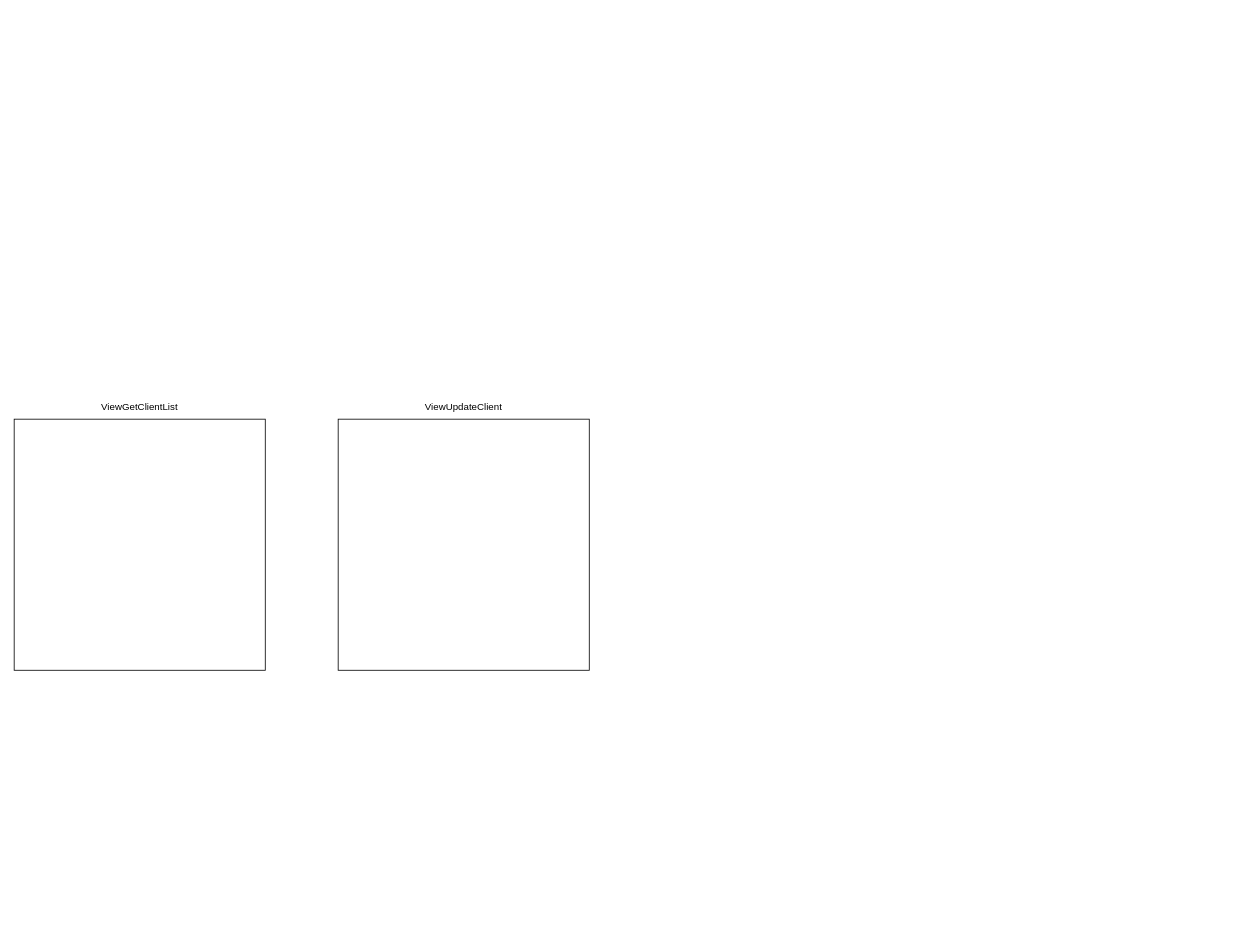
The draw.io diagram Diagrama.drawio in r7melo/TestePraticoDesevolvimento, before the edit. Source tidied: cells renumbered, new cells numbered last; positions are measured from the earlier drawing's top-left corner, leaving out a move shared by most shapes. Both pictures are drawn from the tidied source at 81%, with x=0, y=0 at pixel (14, 394).
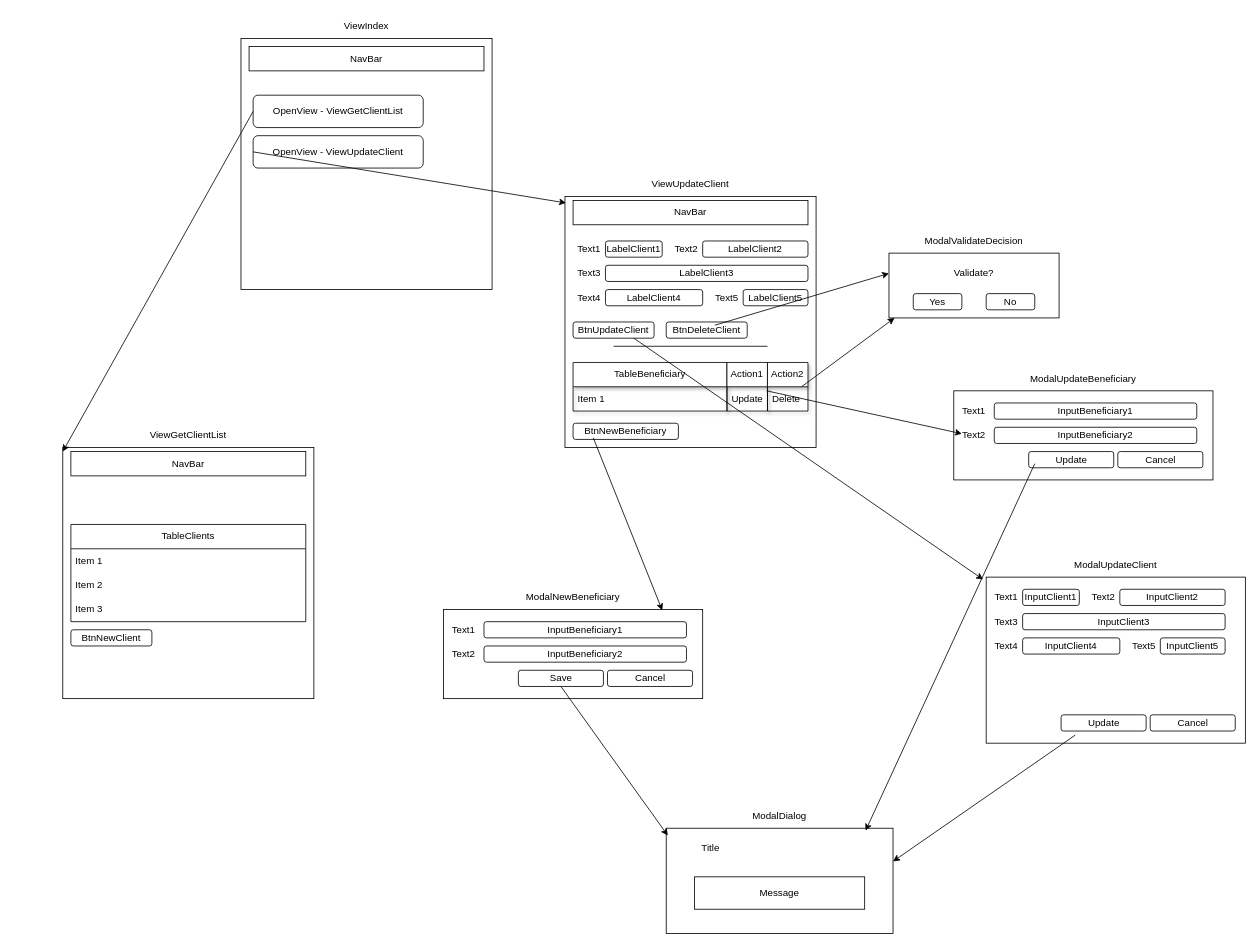
After the change.

Commit message:
Criação do diagrama de um modelo de projeto para base e refatoração

Diff of the diagram source:
```diff
@@
+    <mxCell id="6" style="group;labelBackgroundColor=none;" parent="1" vertex="1">
+      <mxGeometry x="280" y="-470" width="310" height="340" as="geometry" />
+    </mxCell>
+    <mxCell id="7" style="whiteSpace=wrap;html=1;labelBackgroundColor=none;" parent="6" vertex="1">
+      <mxGeometry y="30" width="310" height="310" as="geometry" />
+    </mxCell>
+    <mxCell id="8" value="NavBar" style="rounded=0;whiteSpace=wrap;html=1;labelBackgroundColor=none;" parent="6" vertex="1">
+      <mxGeometry x="10" y="40" width="290" height="30" as="geometry" />
+    </mxCell>
+    <mxCell id="9" value="ViewIndex" style="text;html=1;align=center;verticalAlign=middle;whiteSpace=wrap;rounded=0;labelBackgroundColor=none;" parent="6" vertex="1">
+      <mxGeometry x="125" width="60" height="30" as="geometry" />
+    </mxCell>
+    <mxCell id="10" value="OpenView - ViewGetClientList" style="rounded=1;whiteSpace=wrap;html=1;labelBackgroundColor=none;" parent="6" vertex="1">
+      <mxGeometry x="15" y="100" width="210" height="40" as="geometry" />
+    </mxCell>
+    <mxCell id="11" value="OpenView - ViewUpdateClient" style="rounded=1;whiteSpace=wrap;html=1;labelBackgroundColor=none;" parent="6" vertex="1">
+      <mxGeometry x="15" y="150" width="210" height="40" as="geometry" />
+    </mxCell>
+    <mxCell id="12" style="group;labelBackgroundColor=none;" parent="1" vertex="1">
+      <mxGeometry x="60" y="35" width="310" height="340" as="geometry" />
+    </mxCell>
-    <mxCell id="2" style="whiteSpace=wrap;html=1;" parent="1" vertex="1">
+    <mxCell id="2" style="whiteSpace=wrap;html=1;labelBackgroundColor=none;" parent="12" vertex="1">
       <mxGeometry y="30" width="310" height="310" as="geometry" />
     </mxCell>
+    <mxCell id="4" value="ViewGetClientList" style="text;html=1;align=center;verticalAlign=middle;whiteSpace=wrap;rounded=0;labelBackgroundColor=none;" parent="12" vertex="1">
+      <mxGeometry x="125" width="60" height="30" as="geometry" />
+    </mxCell>
+    <mxCell id="13" value="TableClients" style="swimlane;fontStyle=0;horizontal=1;startSize=30;whiteSpace=wrap;html=1;labelBackgroundColor=none;" parent="12" vertex="1">
+      <mxGeometry x="10" y="125" width="290" height="120" as="geometry" />
+    </mxCell>
+    <mxCell id="14" value="Item 1" style="text;strokeColor=none;fillColor=none;align=left;verticalAlign=middle;spacingLeft=4;spacingRight=4;overflow=hidden;whiteSpace=wrap;html=1;labelBackgroundColor=none;" parent="13" vertex="1">
+      <mxGeometry y="30" width="290" height="30" as="geometry" />
+    </mxCell>
+    <mxCell id="15" value="Item 2" style="text;strokeColor=none;fillColor=none;align=left;verticalAlign=middle;spacingLeft=4;spacingRight=4;overflow=hidden;whiteSpace=wrap;html=1;labelBackgroundColor=none;" parent="13" vertex="1">
+      <mxGeometry y="60" width="290" height="30" as="geometry" />
+    </mxCell>
+    <mxCell id="16" value="Item 3" style="text;strokeColor=none;fillColor=none;align=left;verticalAlign=middle;spacingLeft=4;spacingRight=4;overflow=hidden;whiteSpace=wrap;html=1;labelBackgroundColor=none;" parent="13" vertex="1">
+      <mxGeometry y="90" width="290" height="30" as="geometry" />
+    </mxCell>
+    <mxCell id="17" value="BtnNewClient" style="rounded=1;whiteSpace=wrap;html=1;labelBackgroundColor=none;" parent="12" vertex="1">
+      <mxGeometry x="10" y="255" width="100" height="20" as="geometry" />
+    </mxCell>
+    <mxCell id="18" value="NavBar" style="rounded=0;whiteSpace=wrap;html=1;labelBackgroundColor=none;" parent="12" vertex="1">
+      <mxGeometry x="10" y="35" width="290" height="30" as="geometry" />
+    </mxCell>
+    <mxCell id="19" style="endArrow=classic;html=1;rounded=0;exitX=0;exitY=0.5;exitDx=0;exitDy=0;labelBackgroundColor=none;fontColor=default;" parent="12" edge="1" source="10">
+      <mxGeometry relative="1" as="geometry">
+        <mxPoint y="35" as="targetPoint" />
+      </mxGeometry>
+    </mxCell>
+    <mxCell id="20" style="group;glass=1;labelBackgroundColor=none;" parent="1" vertex="1">
+      <mxGeometry x="1200" y="195" width="320" height="235" as="geometry" />
+    </mxCell>
+    <mxCell id="21" style="rounded=0;whiteSpace=wrap;html=1;labelBackgroundColor=none;" parent="20" vertex="1">
+      <mxGeometry y="30" width="320" height="205" as="geometry" />
+    </mxCell>
+    <mxCell id="22" value="InputClient1" style="rounded=1;whiteSpace=wrap;html=1;labelBackgroundColor=none;" parent="20" vertex="1">
+      <mxGeometry x="45" y="45" width="70" height="20" as="geometry" />
+    </mxCell>
+    <mxCell id="23" value="InputClient2" style="rounded=1;whiteSpace=wrap;html=1;labelBackgroundColor=none;" parent="20" vertex="1">
+      <mxGeometry x="165" y="45" width="130" height="20" as="geometry" />
+    </mxCell>
+    <mxCell id="24" value="InputClient3" style="rounded=1;whiteSpace=wrap;html=1;labelBackgroundColor=none;" parent="20" vertex="1">
+      <mxGeometry x="45" y="75" width="250" height="20" as="geometry" />
+    </mxCell>
+    <mxCell id="25" value="InputClient4" style="rounded=1;whiteSpace=wrap;html=1;labelBackgroundColor=none;" parent="20" vertex="1">
+      <mxGeometry x="45" y="105" width="120" height="20" as="geometry" />
+    </mxCell>
+    <mxCell id="26" value="InputClient5" style="rounded=1;whiteSpace=wrap;html=1;labelBackgroundColor=none;" parent="20" vertex="1">
+      <mxGeometry x="215" y="105" width="80" height="20" as="geometry" />
+    </mxCell>
+    <mxCell id="27" value="Text1" style="text;html=1;align=center;verticalAlign=middle;whiteSpace=wrap;rounded=0;labelBackgroundColor=none;" parent="20" vertex="1">
+      <mxGeometry x="5" y="45" width="40" height="20" as="geometry" />
+    </mxCell>
+    <mxCell id="28" value="Text2" style="text;html=1;align=center;verticalAlign=middle;whiteSpace=wrap;rounded=0;labelBackgroundColor=none;" parent="20" vertex="1">
+      <mxGeometry x="125" y="45" width="40" height="20" as="geometry" />
+    </mxCell>
+    <mxCell id="29" value="Text3" style="text;html=1;align=center;verticalAlign=middle;whiteSpace=wrap;rounded=0;labelBackgroundColor=none;" parent="20" vertex="1">
+      <mxGeometry x="5" y="75" width="40" height="20" as="geometry" />
+    </mxCell>
+    <mxCell id="30" value="Text4" style="text;html=1;align=center;verticalAlign=middle;whiteSpace=wrap;rounded=0;labelBackgroundColor=none;" parent="20" vertex="1">
+      <mxGeometry x="5" y="105" width="40" height="20" as="geometry" />
+    </mxCell>
+    <mxCell id="31" value="Text5" style="text;html=1;align=center;verticalAlign=middle;whiteSpace=wrap;rounded=0;labelBackgroundColor=none;" parent="20" vertex="1">
+      <mxGeometry x="175" y="105" width="40" height="20" as="geometry" />
+    </mxCell>
+    <mxCell id="32" value="ModalUpdateClient" style="text;html=1;align=center;verticalAlign=middle;whiteSpace=wrap;rounded=0;labelBackgroundColor=none;" parent="20" vertex="1">
+      <mxGeometry x="130" width="60" height="30" as="geometry" />
+    </mxCell>
+    <mxCell id="33" value="Update" style="rounded=1;whiteSpace=wrap;html=1;" parent="20" vertex="1">
+      <mxGeometry x="92.5" y="200" width="105" height="20" as="geometry" />
+    </mxCell>
+    <mxCell id="34" value="Cancel" style="rounded=1;whiteSpace=wrap;html=1;" parent="20" vertex="1">
+      <mxGeometry x="202.5" y="200" width="105" height="20" as="geometry" />
+    </mxCell>
+    <mxCell id="35" style="endArrow=classic;html=1;rounded=0;exitX=0;exitY=0.5;exitDx=0;exitDy=0;entryX=0.004;entryY=0.026;entryDx=0;entryDy=0;entryPerimeter=0;labelBackgroundColor=none;fontColor=default;" parent="1" edge="1" source="11" target="3">
+      <mxGeometry relative="1" as="geometry" />
+    </mxCell>
+    <mxCell id="36" style="group;labelBackgroundColor=none;" parent="1" vertex="1">
+      <mxGeometry x="1080" y="-205" width="210" height="110" as="geometry" />
+    </mxCell>
+    <mxCell id="37" style="rounded=0;whiteSpace=wrap;html=1;labelBackgroundColor=none;" parent="36" vertex="1">
+      <mxGeometry y="30" width="210" height="80" as="geometry" />
+    </mxCell>
+    <mxCell id="38" value="ModalValidateDecision" style="text;html=1;align=center;verticalAlign=middle;whiteSpace=wrap;rounded=0;labelBackgroundColor=none;" parent="36" vertex="1">
+      <mxGeometry x="75" width="60" height="30" as="geometry" />
+    </mxCell>
+    <mxCell id="39" value="Validate?" style="text;html=1;align=center;verticalAlign=middle;whiteSpace=wrap;rounded=0;labelBackgroundColor=none;" parent="36" vertex="1">
+      <mxGeometry x="75" y="40" width="60" height="30" as="geometry" />
+    </mxCell>
+    <mxCell id="40" value="Yes" style="rounded=1;whiteSpace=wrap;html=1;labelBackgroundColor=none;" parent="36" vertex="1">
+      <mxGeometry x="30" y="80" width="60" height="20" as="geometry" />
+    </mxCell>
+    <mxCell id="41" value="No" style="rounded=1;whiteSpace=wrap;html=1;labelBackgroundColor=none;" parent="36" vertex="1">
+      <mxGeometry x="120" y="80" width="60" height="20" as="geometry" />
+    </mxCell>
+    <mxCell id="42" style="group;" parent="1" vertex="1">
+      <mxGeometry x="680" y="-275" width="310" height="340" as="geometry" />
+    </mxCell>
-    <mxCell id="3" style="whiteSpace=wrap;html=1;" parent="1" vertex="1">
-      <mxGeometry x="400" y="30" width="310" height="310" as="geometry" />
+    <mxCell id="3" style="whiteSpace=wrap;html=1;labelBackgroundColor=none;" parent="42" vertex="1">
+      <mxGeometry y="30" width="310" height="310" as="geometry" />
     </mxCell>
-    <mxCell id="4" value="ViewGetClientList" style="text;html=1;align=center;verticalAlign=middle;whiteSpace=wrap;rounded=0;" parent="1" vertex="1">
-      <mxGeometry x="125" width="60" height="30" as="geometry" />
-    </mxCell>
-    <mxCell id="5" value="ViewUpdateClient" style="text;html=1;align=center;verticalAlign=middle;whiteSpace=wrap;rounded=0;" parent="1" vertex="1">
-      <mxGeometry x="525" width="60" height="30" as="geometry" />
+    <mxCell id="5" value="ViewUpdateClient" style="text;html=1;align=center;verticalAlign=middle;whiteSpace=wrap;rounded=0;labelBackgroundColor=none;" parent="42" vertex="1">
+      <mxGeometry x="125" width="60" height="30" as="geometry" />
     </mxCell>
+    <mxCell id="43" value="NavBar" style="rounded=0;whiteSpace=wrap;html=1;labelBackgroundColor=none;" parent="42" vertex="1">
+      <mxGeometry x="10" y="35" width="290" height="30" as="geometry" />
+    </mxCell>
+    <mxCell id="44" value="LabelClient1" style="rounded=1;whiteSpace=wrap;html=1;labelBackgroundColor=none;" parent="42" vertex="1">
+      <mxGeometry x="50" y="85" width="70" height="20" as="geometry" />
+    </mxCell>
+    <mxCell id="45" value="LabelClient2" style="rounded=1;whiteSpace=wrap;html=1;labelBackgroundColor=none;" parent="42" vertex="1">
+      <mxGeometry x="170" y="85" width="130" height="20" as="geometry" />
+    </mxCell>
+    <mxCell id="46" value="LabelClient3" style="rounded=1;whiteSpace=wrap;html=1;labelBackgroundColor=none;" parent="42" vertex="1">
+      <mxGeometry x="50" y="115" width="250" height="20" as="geometry" />
+    </mxCell>
+    <mxCell id="47" value="LabelClient4" style="rounded=1;whiteSpace=wrap;html=1;labelBackgroundColor=none;" parent="42" vertex="1">
+      <mxGeometry x="50" y="145" width="120" height="20" as="geometry" />
+    </mxCell>
+    <mxCell id="48" value="TableBeneficiary" style="swimlane;fontStyle=0;horizontal=1;startSize=30;whiteSpace=wrap;html=1;shadow=1;labelBackgroundColor=none;" parent="42" vertex="1">
+      <mxGeometry x="10" y="235" width="190" height="60" as="geometry" />
+    </mxCell>
+    <mxCell id="49" value="Item 1" style="text;strokeColor=none;fillColor=none;align=left;verticalAlign=middle;spacingLeft=4;spacingRight=4;overflow=hidden;whiteSpace=wrap;html=1;shadow=1;labelBackgroundColor=none;" parent="48" vertex="1">
+      <mxGeometry y="30" width="190" height="30" as="geometry" />
+    </mxCell>
+    <mxCell id="50" value="Text1" style="text;html=1;align=center;verticalAlign=middle;whiteSpace=wrap;rounded=0;labelBackgroundColor=none;" parent="42" vertex="1">
+      <mxGeometry x="10" y="85" width="40" height="20" as="geometry" />
+    </mxCell>
+    <mxCell id="51" value="Text2" style="text;html=1;align=center;verticalAlign=middle;whiteSpace=wrap;rounded=0;labelBackgroundColor=none;" parent="42" vertex="1">
+      <mxGeometry x="130" y="85" width="40" height="20" as="geometry" />
+    </mxCell>
+    <mxCell id="52" value="Text3" style="text;html=1;align=center;verticalAlign=middle;whiteSpace=wrap;rounded=0;labelBackgroundColor=none;" parent="42" vertex="1">
+      <mxGeometry x="10" y="115" width="40" height="20" as="geometry" />
+    </mxCell>
+    <mxCell id="53" value="Text4" style="text;html=1;align=center;verticalAlign=middle;whiteSpace=wrap;rounded=0;labelBackgroundColor=none;" parent="42" vertex="1">
+      <mxGeometry x="10" y="145" width="40" height="20" as="geometry" />
+    </mxCell>
+    <mxCell id="54" value="Text5" style="text;html=1;align=center;verticalAlign=middle;whiteSpace=wrap;rounded=0;labelBackgroundColor=none;" parent="42" vertex="1">
+      <mxGeometry x="180" y="145" width="40" height="20" as="geometry" />
+    </mxCell>
+    <mxCell id="55" value="Action1" style="swimlane;fontStyle=0;horizontal=1;startSize=30;whiteSpace=wrap;html=1;shadow=1;labelBackgroundColor=none;" parent="42" vertex="1">
+      <mxGeometry x="200" y="235" width="50" height="60" as="geometry" />
+    </mxCell>
+    <mxCell id="56" value="Update" style="text;strokeColor=none;fillColor=none;align=left;verticalAlign=middle;spacingLeft=4;spacingRight=4;overflow=hidden;points=[[0,0.5],[1,0.5]];portConstraint=eastwest;whiteSpace=wrap;html=1;shadow=1;labelBackgroundColor=none;" parent="55" vertex="1">
+      <mxGeometry y="30" width="50" height="30" as="geometry" />
+    </mxCell>
+    <mxCell id="57" style="endArrow=none;html=1;rounded=0;labelBackgroundColor=none;fontColor=default;" parent="42" edge="1">
+      <mxGeometry relative="1" as="geometry">
+        <mxPoint x="60" y="215" as="sourcePoint" />
+        <mxPoint x="250" y="215" as="targetPoint" />
+      </mxGeometry>
+    </mxCell>
+    <mxCell id="58" value="BtnUpdateClient" style="rounded=1;whiteSpace=wrap;html=1;labelBackgroundColor=none;" parent="42" vertex="1">
+      <mxGeometry x="10" y="185" width="100" height="20" as="geometry" />
+    </mxCell>
+    <mxCell id="59" value="BtnDeleteClient" style="rounded=1;whiteSpace=wrap;html=1;labelBackgroundColor=none;" parent="42" vertex="1">
+      <mxGeometry x="125" y="185" width="100" height="20" as="geometry" />
+    </mxCell>
+    <mxCell id="60" value="Action2" style="swimlane;fontStyle=0;horizontal=1;startSize=30;whiteSpace=wrap;html=1;shadow=1;labelBackgroundColor=none;" parent="42" vertex="1">
+      <mxGeometry x="250" y="235" width="50" height="60" as="geometry" />
+    </mxCell>
+    <mxCell id="61" value="Delete" style="text;strokeColor=none;fillColor=none;align=left;verticalAlign=middle;spacingLeft=4;spacingRight=4;overflow=hidden;points=[[0,0.5],[1,0.5]];portConstraint=eastwest;whiteSpace=wrap;html=1;shadow=1;labelBackgroundColor=none;" parent="60" vertex="1">
+      <mxGeometry y="30" width="50" height="30" as="geometry" />
+    </mxCell>
+    <mxCell id="62" value="LabelClient5" style="rounded=1;whiteSpace=wrap;html=1;labelBackgroundColor=none;" parent="42" vertex="1">
+      <mxGeometry x="220" y="145" width="80" height="20" as="geometry" />
+    </mxCell>
+    <mxCell id="63" value="BtnNewBeneficiary" style="rounded=1;whiteSpace=wrap;html=1;labelBackgroundColor=none;" parent="42" vertex="1">
+      <mxGeometry x="10" y="310" width="130" height="20" as="geometry" />
+    </mxCell>
+    <mxCell id="64" style="endArrow=classic;html=1;rounded=0;entryX=-0.012;entryY=0.14;entryDx=0;entryDy=0;entryPerimeter=0;exitX=0.75;exitY=1;exitDx=0;exitDy=0;" parent="1" edge="1" source="58" target="20">
+      <mxGeometry relative="1" as="geometry" />
+    </mxCell>
+    <mxCell id="65" style="endArrow=classic;html=1;rounded=0;entryX=0;entryY=0.5;entryDx=0;entryDy=0;labelBackgroundColor=none;fontColor=default;exitX=0.6;exitY=0.2;exitDx=0;exitDy=0;exitPerimeter=0;" parent="1" edge="1" source="59" target="36">
+      <mxGeometry relative="1" as="geometry" />
+    </mxCell>
+    <mxCell id="66" style="group;glass=1;labelBackgroundColor=none;" parent="1" vertex="1">
+      <mxGeometry x="530" y="235" width="320" height="235" as="geometry" />
+    </mxCell>
+    <mxCell id="67" style="edgeStyle=orthogonalEdgeStyle;rounded=0;orthogonalLoop=1;jettySize=auto;html=1;" parent="66" edge="1">
+      <mxGeometry relative="1" as="geometry">
+        <mxPoint x="165" y="115" as="targetPoint" />
+      </mxGeometry>
+    </mxCell>
+    <mxCell id="68" style="group;" parent="66" vertex="1">
+      <mxGeometry width="320" height="140" as="geometry" />
+    </mxCell>
+    <mxCell id="69" style="rounded=0;whiteSpace=wrap;html=1;labelBackgroundColor=none;" parent="68" vertex="1">
+      <mxGeometry y="30" width="320" height="110" as="geometry" />
+    </mxCell>
+    <mxCell id="70" value="InputBeneficiary1" style="rounded=1;whiteSpace=wrap;html=1;labelBackgroundColor=none;" parent="68" vertex="1">
+      <mxGeometry x="50" y="45" width="250" height="20" as="geometry" />
+    </mxCell>
+    <mxCell id="71" value="InputBeneficiary2" style="rounded=1;whiteSpace=wrap;html=1;labelBackgroundColor=none;" parent="68" vertex="1">
+      <mxGeometry x="50" y="75" width="250" height="20" as="geometry" />
+    </mxCell>
+    <mxCell id="72" value="Text1" style="text;html=1;align=center;verticalAlign=middle;whiteSpace=wrap;rounded=0;labelBackgroundColor=none;" parent="68" vertex="1">
+      <mxGeometry x="5" y="45" width="40" height="20" as="geometry" />
+    </mxCell>
+    <mxCell id="73" value="Text2" style="text;html=1;align=center;verticalAlign=middle;whiteSpace=wrap;rounded=0;labelBackgroundColor=none;" parent="68" vertex="1">
+      <mxGeometry x="5" y="75" width="40" height="20" as="geometry" />
+    </mxCell>
+    <mxCell id="74" value="ModalNewBeneficiary" style="text;html=1;align=center;verticalAlign=middle;whiteSpace=wrap;rounded=0;labelBackgroundColor=none;" parent="68" vertex="1">
+      <mxGeometry x="130" width="60" height="30" as="geometry" />
+    </mxCell>
+    <mxCell id="75" value="Save" style="rounded=1;whiteSpace=wrap;html=1;" parent="68" vertex="1">
+      <mxGeometry x="92.5" y="105" width="105" height="20" as="geometry" />
+    </mxCell>
+    <mxCell id="76" value="Cancel" style="rounded=1;whiteSpace=wrap;html=1;" parent="68" vertex="1">
+      <mxGeometry x="202.5" y="105" width="105" height="20" as="geometry" />
+    </mxCell>
+    <mxCell id="77" style="group;" parent="1" vertex="1">
+      <mxGeometry x="1160" y="-35" width="320" height="140" as="geometry" />
+    </mxCell>
+    <mxCell id="78" style="rounded=0;whiteSpace=wrap;html=1;labelBackgroundColor=none;" parent="77" vertex="1">
+      <mxGeometry y="30" width="320" height="110" as="geometry" />
+    </mxCell>
+    <mxCell id="79" value="InputBeneficiary1" style="rounded=1;whiteSpace=wrap;html=1;labelBackgroundColor=none;" parent="77" vertex="1">
+      <mxGeometry x="50" y="45" width="250" height="20" as="geometry" />
+    </mxCell>
+    <mxCell id="80" value="InputBeneficiary2" style="rounded=1;whiteSpace=wrap;html=1;labelBackgroundColor=none;" parent="77" vertex="1">
+      <mxGeometry x="50" y="75" width="250" height="20" as="geometry" />
+    </mxCell>
+    <mxCell id="81" value="Text1" style="text;html=1;align=center;verticalAlign=middle;whiteSpace=wrap;rounded=0;labelBackgroundColor=none;" parent="77" vertex="1">
+      <mxGeometry x="5" y="45" width="40" height="20" as="geometry" />
+    </mxCell>
+    <mxCell id="82" value="Text2" style="text;html=1;align=center;verticalAlign=middle;whiteSpace=wrap;rounded=0;labelBackgroundColor=none;" parent="77" vertex="1">
+      <mxGeometry x="5" y="75" width="40" height="20" as="geometry" />
+    </mxCell>
+    <mxCell id="83" value="ModalUpdateBeneficiary" style="text;html=1;align=center;verticalAlign=middle;whiteSpace=wrap;rounded=0;labelBackgroundColor=none;" parent="77" vertex="1">
+      <mxGeometry x="130" width="60" height="30" as="geometry" />
+    </mxCell>
+    <mxCell id="84" value="Update" style="rounded=1;whiteSpace=wrap;html=1;" parent="77" vertex="1">
+      <mxGeometry x="92.5" y="105" width="105" height="20" as="geometry" />
+    </mxCell>
+    <mxCell id="85" value="Cancel" style="rounded=1;whiteSpace=wrap;html=1;" parent="77" vertex="1">
+      <mxGeometry x="202.5" y="105" width="105" height="20" as="geometry" />
+    </mxCell>
+    <mxCell id="86" style="endArrow=classic;html=1;rounded=0;exitX=0.98;exitY=0.167;exitDx=0;exitDy=0;exitPerimeter=0;" parent="77" edge="1" source="56">
+      <mxGeometry relative="1" as="geometry">
+        <mxPoint x="10" y="83" as="targetPoint" />
+      </mxGeometry>
+    </mxCell>
+    <mxCell id="87" style="endArrow=classic;html=1;rounded=0;entryX=0.033;entryY=1;entryDx=0;entryDy=0;labelBackgroundColor=none;fontColor=default;exitX=0.84;exitY=0;exitDx=0;exitDy=0;exitPerimeter=0;entryPerimeter=0;" parent="1" edge="1" source="61" target="36">
+      <mxGeometry relative="1" as="geometry" />
+    </mxCell>
+    <mxCell id="88" style="endArrow=classic;html=1;rounded=0;exitX=0.192;exitY=0.9;exitDx=0;exitDy=0;exitPerimeter=0;entryX=0.844;entryY=0.009;entryDx=0;entryDy=0;entryPerimeter=0;" parent="1" edge="1" source="63" target="69">
+      <mxGeometry relative="1" as="geometry" />
+    </mxCell>
+    <mxCell id="89" style="group;" parent="1" vertex="1">
+      <mxGeometry x="805" y="505" width="280" height="160" as="geometry" />
+    </mxCell>
+    <mxCell id="90" style="rounded=0;whiteSpace=wrap;html=1;" parent="89" vertex="1">
+      <mxGeometry y="30" width="280" height="130" as="geometry" />
+    </mxCell>
+    <mxCell id="91" value="Message" style="rounded=0;whiteSpace=wrap;html=1;" parent="89" vertex="1">
+      <mxGeometry x="35" y="90" width="210" height="40" as="geometry" />
+    </mxCell>
+    <mxCell id="92" value="Title" style="text;html=1;align=center;verticalAlign=middle;whiteSpace=wrap;rounded=0;" parent="89" vertex="1">
+      <mxGeometry x="25" y="40" width="60" height="30" as="geometry" />
+    </mxCell>
+    <mxCell id="93" value="ModalDialog" style="text;html=1;align=center;verticalAlign=middle;whiteSpace=wrap;rounded=0;" parent="89" vertex="1">
+      <mxGeometry x="110" width="60" height="30" as="geometry" />
+    </mxCell>
+    <mxCell id="94" style="endArrow=classic;html=1;rounded=0;exitX=0.5;exitY=1;exitDx=0;exitDy=0;entryX=0.007;entryY=0.069;entryDx=0;entryDy=0;entryPerimeter=0;" parent="1" edge="1" source="75" target="90">
+      <mxGeometry relative="1" as="geometry" />
+    </mxCell>
+    <mxCell id="95" style="endArrow=classic;html=1;rounded=0;entryX=0.879;entryY=0.023;entryDx=0;entryDy=0;entryPerimeter=0;exitX=0.071;exitY=0.75;exitDx=0;exitDy=0;exitPerimeter=0;" parent="1" edge="1" source="84" target="90">
+      <mxGeometry relative="1" as="geometry" />
+    </mxCell>
+    <mxCell id="96" style="endArrow=classic;html=1;rounded=0;exitX=0.167;exitY=1.25;exitDx=0;exitDy=0;exitPerimeter=0;entryX=1;entryY=0.315;entryDx=0;entryDy=0;entryPerimeter=0;" parent="1" edge="1" source="33" target="90">
+      <mxGeometry relative="1" as="geometry" />
+    </mxCell>
```
